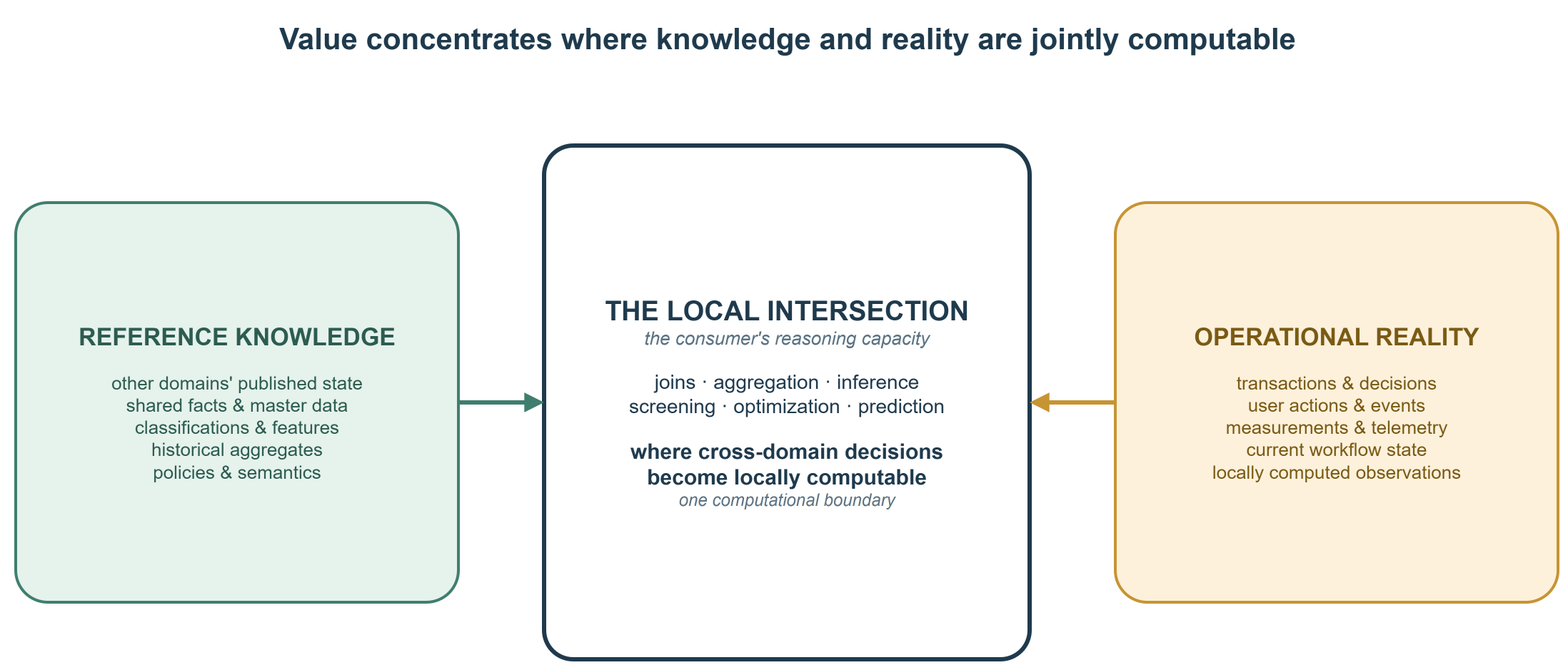
Above: content/posts/freshness-isnt-the-only-axis/local-intersection.drawio.png in AlexeyEvlampiev/alexeyevlampiev.github.io (draw.io), before the change. Source tidied: cells renumbered, new cells last; positions are measured from the earlier drawing's top-left corner, leaving out a move shared by most shapes.
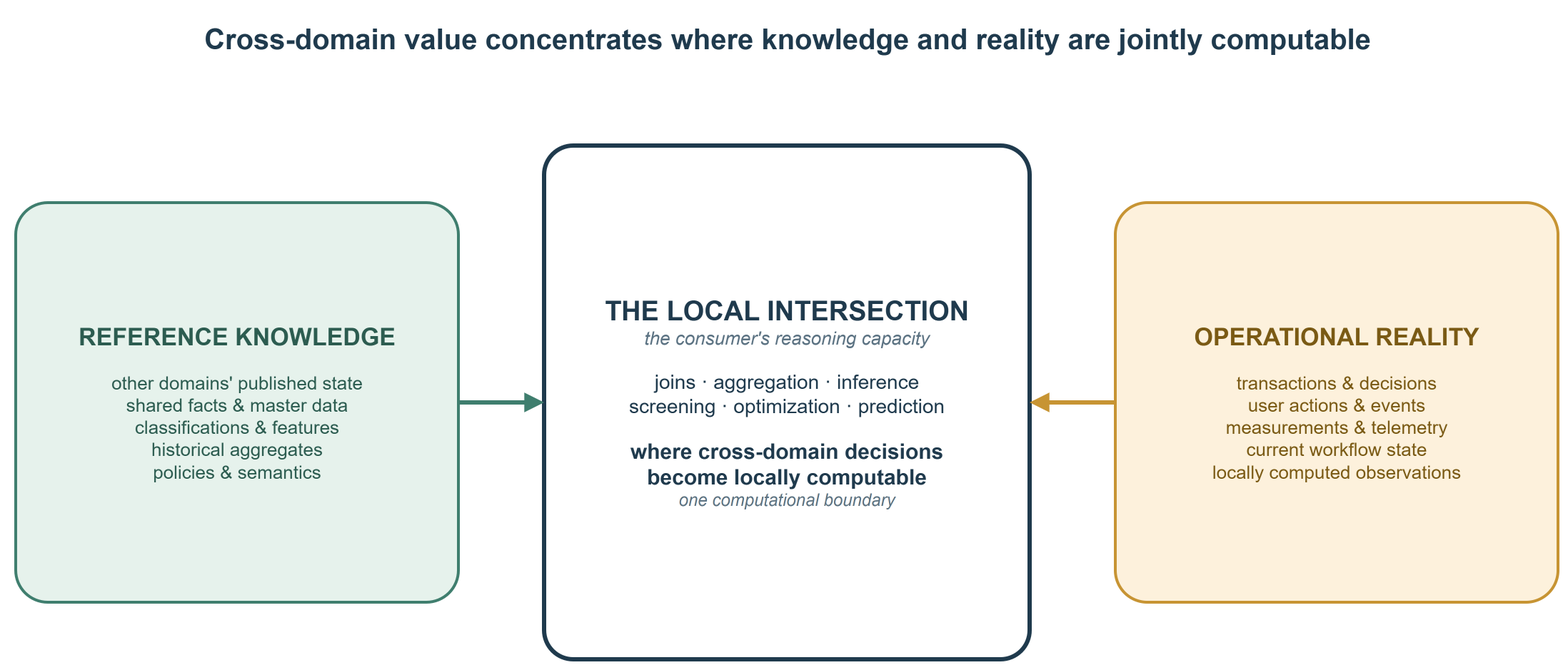
Later version of the same file.

The edit, as a diff of the source:
```diff
@@ -2,7 +2,7 @@
   <root>
     <mxCell id="0" />
     <mxCell id="1" parent="0" />
-    <mxCell id="2" value="Value concentrates where knowledge and reality are jointly computable" style="text;html=1;fontSize=21;fontStyle=1;fontColor=#1f3a4d;align=center;verticalAlign=middle;" parent="1" vertex="1">
+    <mxCell id="2" value="Cross-domain value concentrates where knowledge and reality are jointly computable" style="text;html=1;fontSize=20;fontStyle=1;fontColor=#1f3a4d;align=center;verticalAlign=middle;" parent="1" vertex="1">
       <mxGeometry width="1080" height="34" as="geometry" />
     </mxCell>
     <mxCell id="3" value="&lt;font style=&quot;font-size:17px&quot;&gt;&lt;b&gt;REFERENCE KNOWLEDGE&lt;/b&gt;&lt;/font&gt;&lt;br&gt;&lt;br&gt;&lt;font style=&quot;font-size:13px&quot;&gt;other domains&amp;#39; published state&lt;br&gt;shared facts &amp;amp; master data&lt;br&gt;classifications &amp;amp; features&lt;br&gt;historical aggregates&lt;br&gt;policies &amp;amp; semantics&lt;/font&gt;" style="rounded=1;whiteSpace=wrap;html=1;fillColor=#e6f2ec;strokeColor=#3f7e6e;strokeWidth=2;fontColor=#2c5c50;arcSize=8;verticalAlign=middle;" parent="1" vertex="1">
```
